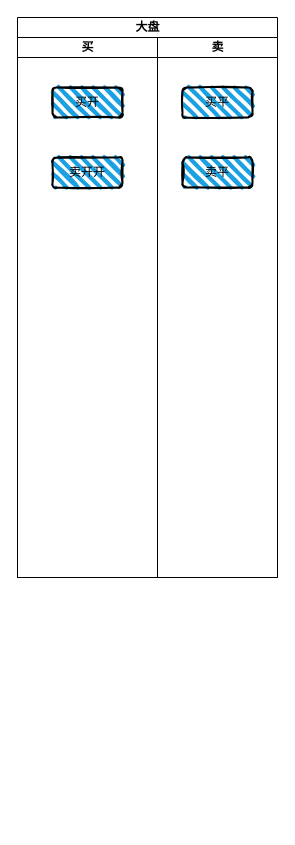
lq460541033/draw_dev keeps this draw.io diagram as 项目工程/点价通/期货大盘.drawio. Above is the earlier version. Source tidied: cells renumbered, new cells numbered last; positions are measured from the earlier drawing's top-left corner, leaving out a move shared by most shapes. Both pictures are drawn from the tidied source at 100%, with x=0, y=0 at pixel (17, 17).
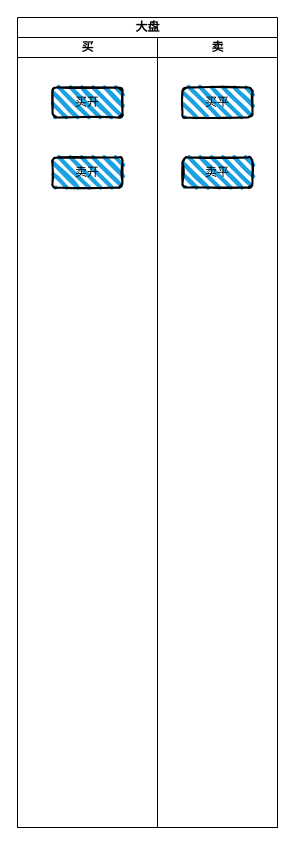
The same page after the edit.

Change to the diagram source:
```diff
@@
 <mxGraphModel>
   <root>
     <mxCell id="0" />
     <mxCell id="1" parent="0" />
     <mxCell id="2" value="大盘" style="swimlane;html=1;startSize=20;" parent="1" vertex="1">
-      <mxGeometry width="260" height="560" as="geometry" />
+      <mxGeometry width="260" height="810" as="geometry" />
     </mxCell>
     <mxCell id="3" value="买" style="swimlane;html=1;startSize=20;" parent="2" vertex="1">
-      <mxGeometry y="20" width="140" height="540" as="geometry" />
+      <mxGeometry y="20" width="140" height="790" as="geometry" />
     </mxCell>
     <mxCell id="4" value="买开" style="rounded=1;whiteSpace=wrap;html=1;strokeWidth=2;fillWeight=4;hachureGap=8;hachureAngle=45;fillColor=#1ba1e2;sketch=1;" parent="3" vertex="1">
       <mxGeometry x="35" y="50" width="70" height="30" as="geometry" />
     </mxCell>
-    <mxCell id="5" value="卖开开" style="rounded=1;whiteSpace=wrap;html=1;strokeWidth=2;fillWeight=4;hachureGap=8;hachureAngle=45;fillColor=#1ba1e2;sketch=1;" parent="3" vertex="1">
+    <mxCell id="5" value="卖开" style="rounded=1;whiteSpace=wrap;html=1;strokeWidth=2;fillWeight=4;hachureGap=8;hachureAngle=45;fillColor=#1ba1e2;sketch=1;" parent="3" vertex="1">
       <mxGeometry x="35" y="120" width="70" height="30" as="geometry" />
     </mxCell>
     <mxCell id="6" value="卖" style="swimlane;html=1;startSize=20;" parent="2" vertex="1">
-      <mxGeometry x="140" y="20" width="120" height="540" as="geometry" />
+      <mxGeometry x="140" y="20" width="120" height="790" as="geometry" />
     </mxCell>
     <mxCell id="7" value="买平" style="rounded=1;whiteSpace=wrap;html=1;strokeWidth=2;fillWeight=4;hachureGap=8;hachureAngle=45;fillColor=#1ba1e2;sketch=1;" parent="6" vertex="1">
       <mxGeometry x="25" y="50" width="70" height="30" as="geometry" />
     </mxCell>
     <mxCell id="8" value="卖平" style="rounded=1;whiteSpace=wrap;html=1;strokeWidth=2;fillWeight=4;hachureGap=8;hachureAngle=45;fillColor=#1ba1e2;sketch=1;" parent="6" vertex="1">
       <mxGeometry x="25" y="120" width="70" height="30" as="geometry" />
     </mxCell>
   </root>
 </mxGraphModel>
```
